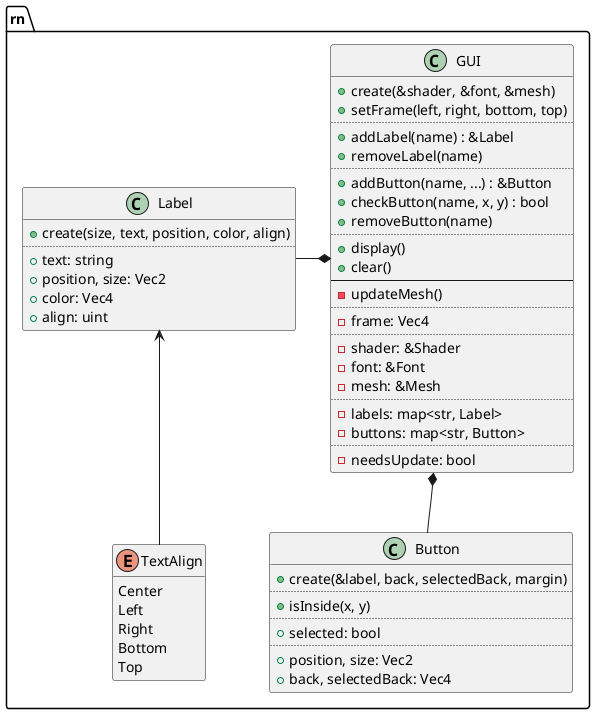
Above: design/gui.png in ba6er/marblemaze (PlantUML), before the change.
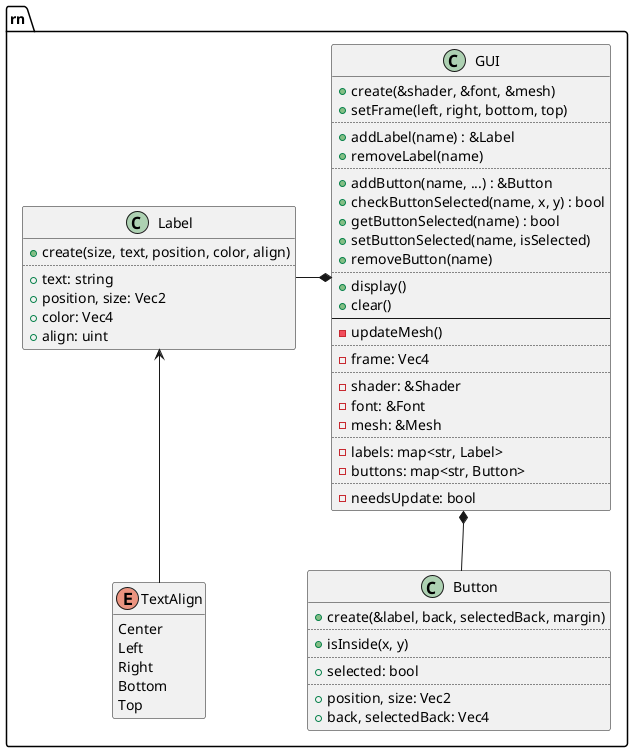
Above is the later version.

Commit message:
Separated GUI::checkButton into 3 functions (to enable hovering sound later), implemented basic Options Menu

Change to the diagram source:
```diff
@@ -9,7 +9,9 @@
 	+removeLabel(name)
 	..
 	+addButton(name, ...) : &Button
-	+checkButton(name, x, y) : bool
+	+checkButtonSelected(name, x, y) : bool
+	+getButtonSelected(name) : bool
+	+setButtonSelected(name, isSelected)
 	+removeButton(name)
 	..
 	+display()
```
